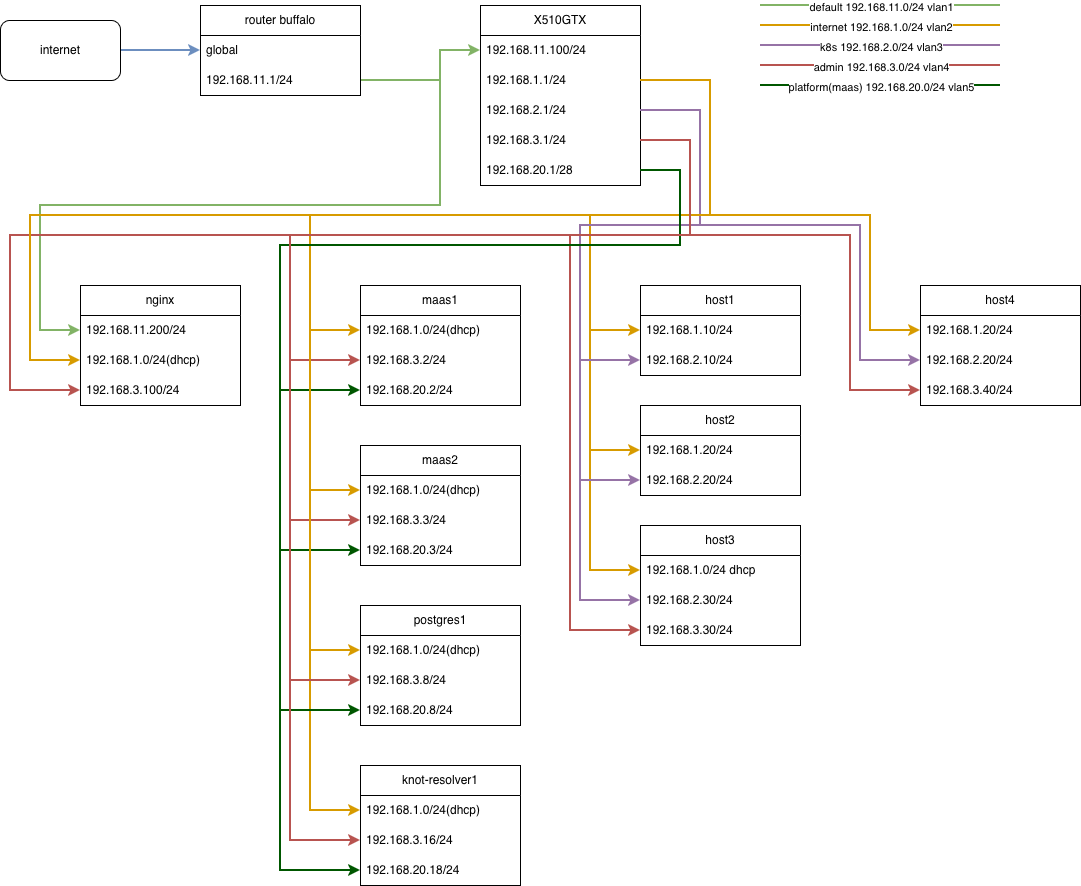
Above: config/network.drawio.png in kigawa01/kigawa01 (draw.io), before the change. Source tidied: cells renumbered, new cells last; positions are measured from the earlier drawing's top-left corner, leaving out a move shared by most shapes.
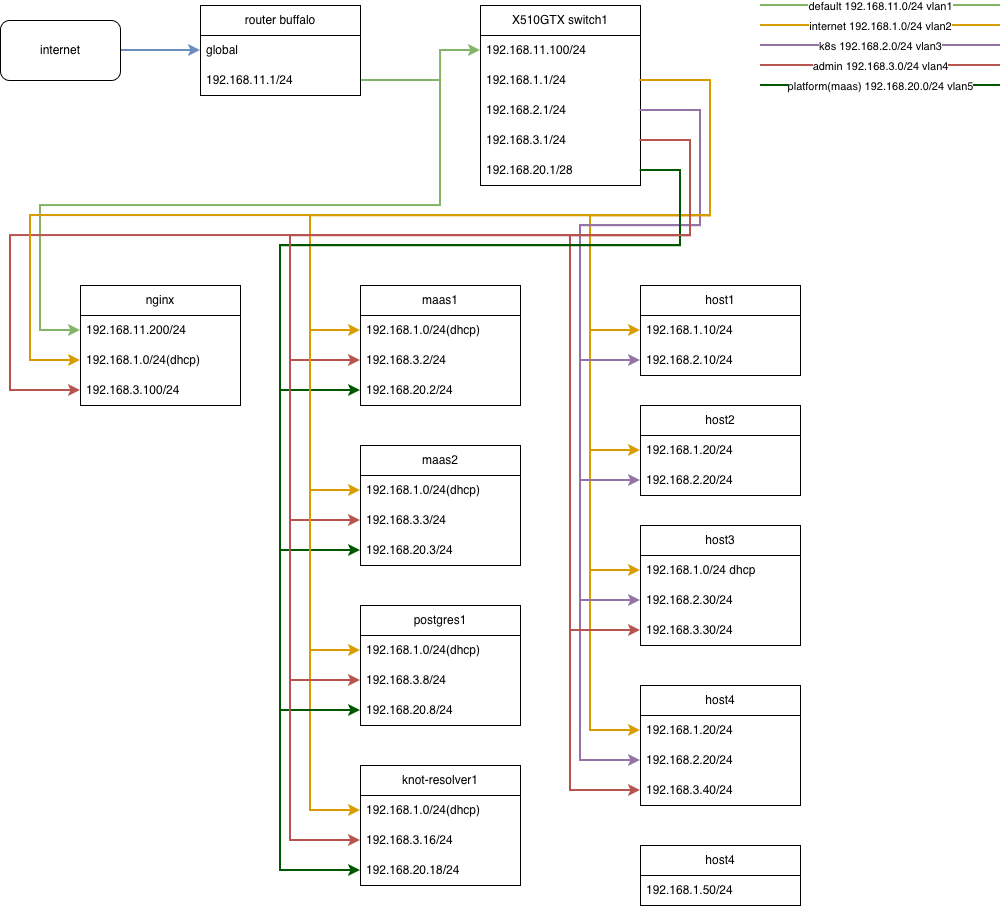
After the commit.

Commit message:
network.drawio.png を更新します

Diff of the diagram source:
```diff
@@ -17,8 +17,8 @@
         <Array as="points">
           <mxPoint x="710" y="75" />
           <mxPoint x="710" y="210" />
-          <mxPoint x="870" y="210" />
-          <mxPoint x="870" y="325" />
+          <mxPoint x="590" y="210" />
+          <mxPoint x="590" y="725" />
         </Array>
       </mxGeometry>
     </mxCell>
@@ -55,7 +55,7 @@
         </Array>
       </mxGeometry>
     </mxCell>
-    <mxCell id="11" value="X510GTX" style="swimlane;fontStyle=0;horizontal=1;startSize=30;whiteSpace=wrap;html=1;" parent="1" vertex="1">
+    <mxCell id="11" value="X510GTX switch1" style="swimlane;fontStyle=0;horizontal=1;startSize=30;whiteSpace=wrap;html=1;" parent="1" vertex="1">
       <mxGeometry x="480" width="160" height="180" as="geometry" />
     </mxCell>
     <mxCell id="12" value="192.168.11.100/24&lt;span style=&quot;white-space: pre;&quot;&gt;&#9;&lt;/span&gt;" style="text;strokeColor=none;fillColor=none;align=left;verticalAlign=middle;spacingLeft=4;spacingRight=4;overflow=hidden;points=[[0,0.5],[1,0.5]];portConstraint=eastwest;whiteSpace=wrap;html=1;" parent="11" vertex="1">
@@ -170,7 +170,7 @@
       <mxGeometry y="90" width="160" height="30" as="geometry" />
     </mxCell>
     <mxCell id="42" value="host4" style="swimlane;fontStyle=0;horizontal=1;startSize=30;whiteSpace=wrap;html=1;" parent="1" vertex="1">
-      <mxGeometry x="920" y="280" width="160" height="120" as="geometry" />
+      <mxGeometry x="640" y="680" width="160" height="120" as="geometry" />
     </mxCell>
     <mxCell id="43" value="192.168.1.20/24" style="text;strokeColor=none;fillColor=none;align=left;verticalAlign=middle;spacingLeft=4;spacingRight=4;overflow=hidden;points=[[0,0.5],[1,0.5]];portConstraint=eastwest;whiteSpace=wrap;html=1;" parent="42" vertex="1">
       <mxGeometry y="30" width="160" height="30" as="geometry" />
@@ -226,8 +226,8 @@
         <Array as="points">
           <mxPoint x="700" y="105" />
           <mxPoint x="700" y="220" />
-          <mxPoint x="860" y="220" />
-          <mxPoint x="860" y="355" />
+          <mxPoint x="580" y="220" />
+          <mxPoint x="580" y="755" />
         </Array>
       </mxGeometry>
     </mxCell>
@@ -246,8 +246,8 @@
         <Array as="points">
           <mxPoint x="690" y="135" />
           <mxPoint x="690" y="230" />
-          <mxPoint x="850" y="230" />
-          <mxPoint x="850" y="385" />
+          <mxPoint x="570" y="230" />
+          <mxPoint x="570" y="785" />
         </Array>
       </mxGeometry>
     </mxCell>
@@ -440,5 +440,11 @@
         </Array>
       </mxGeometry>
     </mxCell>
+    <mxCell id="83" value="host4" style="swimlane;fontStyle=0;horizontal=1;startSize=30;whiteSpace=wrap;html=1;" parent="1" vertex="1">
+      <mxGeometry x="640" y="840" width="160" height="60" as="geometry" />
+    </mxCell>
+    <mxCell id="84" value="192.168.1.50/24" style="text;strokeColor=none;fillColor=none;align=left;verticalAlign=middle;spacingLeft=4;spacingRight=4;overflow=hidden;whiteSpace=wrap;html=1;" parent="83" vertex="1">
+      <mxGeometry y="30" width="160" height="30" as="geometry" />
+    </mxCell>
   </root>
 </mxGraphModel>
```
